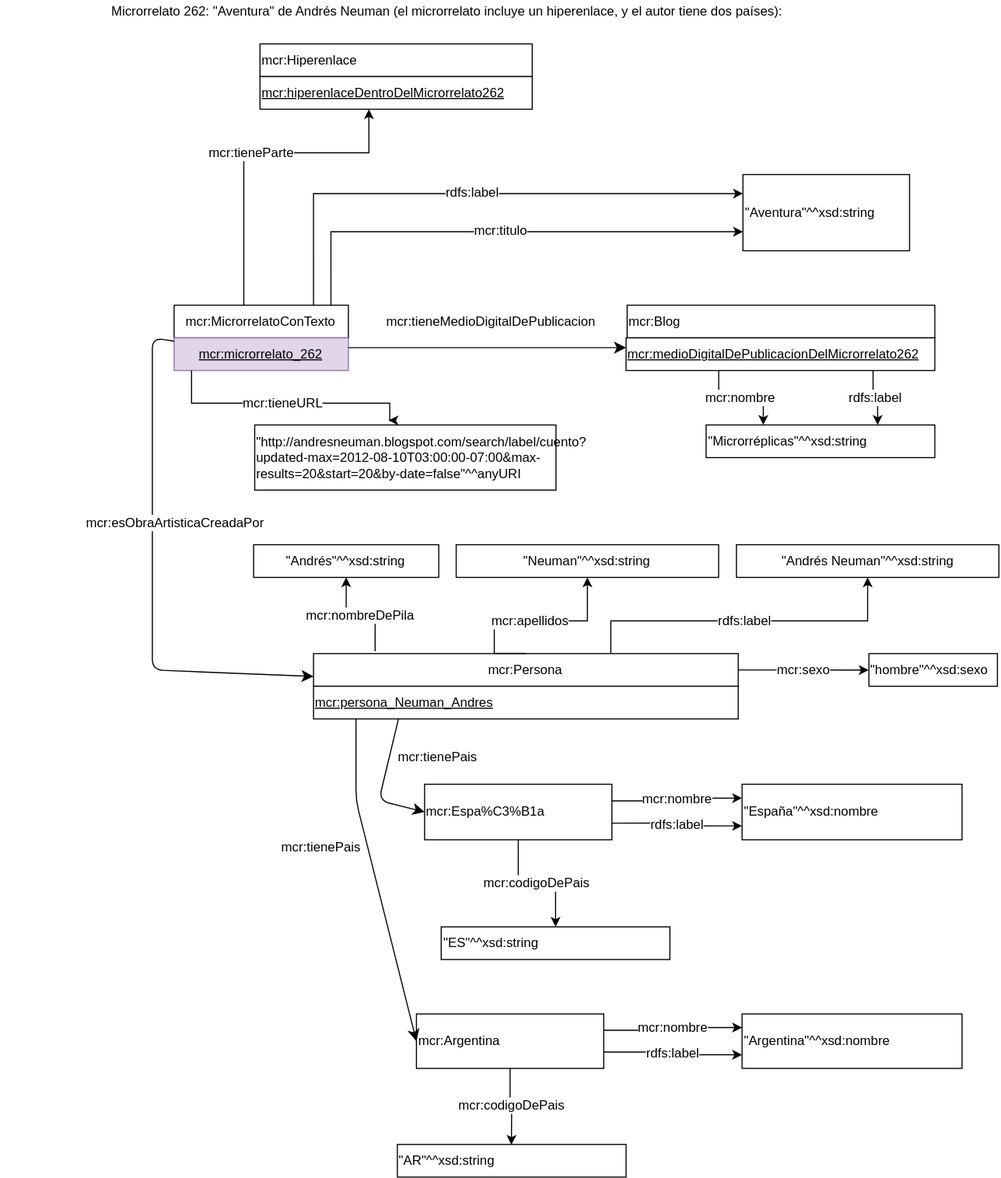
This is microrrelato_262.svg from marianofl1971/microrrelatos, a draw.io export, as it was before one commit. Source tidied: cells renumbered, new cells last; positions are measured from the earlier drawing's top-left corner, leaving out a move shared by most shapes. Source of this version:
```xml
<mxGraphModel>
  <root>
    <mxCell id="0" />
    <mxCell id="1" parent="0" />
    <mxCell id="2" value="mcr:MicrorrelatoConTexto" style="rounded=0;whiteSpace=wrap;html=1;snapToPoint=1;points=[[0.1,0],[0.2,0],[0.3,0],[0.4,0],[0.5,0],[0.6,0],[0.7,0],[0.8,0],[0.9,0],[0,0.1],[0,0.3],[0,0.5],[0,0.7],[0,0.9],[0.1,1],[0.2,1],[0.3,1],[0.4,1],[0.5,1],[0.6,1],[0.7,1],[0.8,1],[0.9,1],[1,0.1],[1,0.3],[1,0.5],[1,0.7],[1,0.9]];fontSize=12;" parent="1" vertex="1">
      <mxGeometry x="159.3" y="279.8" width="160" height="30" as="geometry" />
    </mxCell>
    <mxCell id="3" value="mcr:microrrelato_262" style="rounded=0;whiteSpace=wrap;html=1;snapToPoint=1;points=[[0.1,0],[0.2,0],[0.3,0],[0.4,0],[0.5,0],[0.6,0],[0.7,0],[0.8,0],[0.9,0],[0,0.1],[0,0.3],[0,0.5],[0,0.7],[0,0.9],[0.1,1],[0.2,1],[0.3,1],[0.4,1],[0.5,1],[0.6,1],[0.7,1],[0.8,1],[0.9,1],[1,0.1],[1,0.3],[1,0.5],[1,0.7],[1,0.9]];fontStyle=4;fontSize=12;fillColor=#e1d5e7;strokeColor=#9673a6;" parent="1" vertex="1">
      <mxGeometry x="159.3" y="309.8" width="160" height="30" as="geometry" />
    </mxCell>
    <mxCell id="4" value="mcr:Persona" style="rounded=0;whiteSpace=wrap;html=1;snapToPoint=1;points=[[0.1,0],[0.2,0],[0.3,0],[0.4,0],[0.5,0],[0.6,0],[0.7,0],[0.8,0],[0.9,0],[0,0.1],[0,0.3],[0,0.5],[0,0.7],[0,0.9],[0.1,1],[0.2,1],[0.3,1],[0.4,1],[0.5,1],[0.6,1],[0.7,1],[0.8,1],[0.9,1],[1,0.1],[1,0.3],[1,0.5],[1,0.7],[1,0.9]];fontSize=12;" parent="1" vertex="1">
      <mxGeometry x="287.3" y="599.8" width="390" height="30" as="geometry" />
    </mxCell>
    <mxCell id="5" value="mcr:persona_Neuman_Andres" style="rounded=0;whiteSpace=wrap;html=1;snapToPoint=1;points=[[0.1,0],[0.2,0],[0.3,0],[0.4,0],[0.5,0],[0.6,0],[0.7,0],[0.8,0],[0.9,0],[0,0.1],[0,0.3],[0,0.5],[0,0.7],[0,0.9],[0.1,1],[0.2,1],[0.3,1],[0.4,1],[0.5,1],[0.6,1],[0.7,1],[0.8,1],[0.9,1],[1,0.1],[1,0.3],[1,0.5],[1,0.7],[1,0.9]];fontStyle=4;fontSize=12;align=left;" parent="1" vertex="1">
      <mxGeometry x="287.3" y="629.8" width="390" height="30" as="geometry" />
    </mxCell>
    <mxCell id="6" style="endArrow=classic;html=1;exitX=0;exitY=0.1;exitDx=0;exitDy=0;entryX=0;entryY=0.7;entryDx=0;entryDy=0;endSize=8;fontSize=12;" parent="1" edge="1" source="3" target="4">
      <mxGeometry relative="1" as="geometry">
        <Array as="points">
          <mxPoint x="139.3" y="309.8" />
          <mxPoint x="139.3" y="614.8" />
        </Array>
      </mxGeometry>
    </mxCell>
    <mxCell id="7" value="mcr:esObraArtisticaCreadaPor" style="text;html=1;align=center;verticalAlign=middle;labelBackgroundColor=#ffffff;fontSize=12;" parent="6" vertex="1">
      <mxGeometry x="-0.13" relative="1" as="geometry">
        <mxPoint x="20" y="-17.1" as="offset" />
      </mxGeometry>
    </mxCell>
    <mxCell id="8" value="&quot;Andrés&quot;^^xsd:string" style="rounded=0;whiteSpace=wrap;html=1;snapToPoint=1;fontSize=12;" parent="1" vertex="1">
      <mxGeometry x="232.3" y="499.8" width="170" height="30" as="geometry" />
    </mxCell>
    <mxCell id="9" value="&quot;Neuman&quot;^^xsd:string" style="rounded=0;whiteSpace=wrap;html=1;snapToPoint=1;fontSize=12;" parent="1" vertex="1">
      <mxGeometry x="418.3" y="499.8" width="241" height="30" as="geometry" />
    </mxCell>
    <mxCell id="10" value="mcr:apellidos" style="edgeStyle=orthogonalEdgeStyle;rounded=0;jettySize=auto;html=1;fontSize=12;entryX=0.5;entryY=1;entryDx=0;entryDy=0;exitX=0.5;exitY=0;exitDx=0;exitDy=0;" parent="1" edge="1" source="4" target="9">
      <mxGeometry relative="1" as="geometry">
        <Array as="points">
          <mxPoint x="453.3" y="569.8" />
          <mxPoint x="539.3" y="569.8" />
        </Array>
      </mxGeometry>
    </mxCell>
    <mxCell id="11" value="mcr:&lt;span&gt;Blog&lt;/span&gt;" style="rounded=0;whiteSpace=wrap;html=1;fontSize=12;align=left;" parent="1" vertex="1">
      <mxGeometry x="575.3" y="279.8" width="282.5" height="30" as="geometry" />
    </mxCell>
    <mxCell id="12" style="endArrow=classic;html=1;exitX=1;exitY=0.3;exitDx=0;exitDy=0;entryX=0;entryY=0.3;entryDx=0;entryDy=0;endSize=8;fontSize=12;" parent="1" edge="1" source="3" target="16">
      <mxGeometry relative="1" as="geometry" />
    </mxCell>
    <mxCell id="13" value="mcr:tieneMedioDigitalDePublicacion" style="text;html=1;align=center;verticalAlign=middle;labelBackgroundColor=#ffffff;fontSize=12;" parent="12" vertex="1">
      <mxGeometry x="-0.13" relative="1" as="geometry">
        <mxPoint x="19.6" y="-24" as="offset" />
      </mxGeometry>
    </mxCell>
    <mxCell id="14" value="&quot;hombre&quot;^^xsd:sexo" style="rounded=0;whiteSpace=wrap;html=1;snapToPoint=1;fontSize=12;align=left;" parent="1" vertex="1">
      <mxGeometry x="797.3" y="599.8" width="118" height="30" as="geometry" />
    </mxCell>
    <mxCell id="15" value="mcr:sexo" style="edgeStyle=orthogonalEdgeStyle;rounded=0;jettySize=auto;html=1;exitX=1;exitY=0.5;exitDx=0;exitDy=0;fontSize=12;" parent="1" edge="1" source="4" target="14">
      <mxGeometry relative="1" as="geometry" />
    </mxCell>
    <mxCell id="16" value="&lt;u style=&quot;font-size: 12px&quot;&gt;mcr:medioDigitalDePublicacionDelMicrorrelato262&lt;/u&gt;" style="rounded=0;whiteSpace=wrap;html=1;snapToPoint=1;points=[[0.1,0],[0.2,0],[0.3,0],[0.4,0],[0.5,0],[0.6,0],[0.7,0],[0.8,0],[0.9,0],[0,0.1],[0,0.3],[0,0.5],[0,0.7],[0,0.9],[0.1,1],[0.2,1],[0.3,1],[0.4,1],[0.5,1],[0.6,1],[0.7,1],[0.8,1],[0.9,1],[1,0.1],[1,0.3],[1,0.5],[1,0.7],[1,0.9]];fontSize=12;align=left;" parent="1" vertex="1">
      <mxGeometry x="574.3" y="309.8" width="283.5" height="30" as="geometry" />
    </mxCell>
    <mxCell id="17" value="&quot;Microrréplicas&quot;^^xsd:string" style="rounded=0;whiteSpace=wrap;html=1;snapToPoint=1;fontSize=12;align=left;" parent="1" vertex="1">
      <mxGeometry x="647.8" y="389.8" width="210" height="30" as="geometry" />
    </mxCell>
    <mxCell id="18" value="rdfs:label" style="edgeStyle=orthogonalEdgeStyle;rounded=0;jettySize=auto;html=1;fontSize=12;exitX=0.8;exitY=1;exitDx=0;exitDy=0;entryX=0.75;entryY=0;entryDx=0;entryDy=0;" parent="1" edge="1" source="16" target="17">
      <mxGeometry relative="1" as="geometry" />
    </mxCell>
    <mxCell id="19" value="&quot;&lt;a href=&quot;https://lamicrobiblioteca.blogspot.com/&quot; target=&quot;_blank&quot;&gt;http://andresneuman.blogspot.com/search/label/cuento?updated-max=2012-08-10T03:00:00-07:00&amp;amp;max-results=20&amp;amp;start=20&amp;amp;by-date=false&lt;/a&gt;&quot;^^anyURI" style="rounded=0;whiteSpace=wrap;html=1;snapToPoint=1;fontSize=12;align=left;fontStyle=0;" parent="1" vertex="1">
      <mxGeometry x="233.3" y="389.8" width="276.6" height="59.8" as="geometry" />
    </mxCell>
    <mxCell id="20" value="mcr:tieneURL" style="edgeStyle=orthogonalEdgeStyle;rounded=0;jettySize=auto;html=1;exitX=0.1;exitY=1;exitDx=0;exitDy=0;fontSize=12;entryX=0.444;entryY=-0.071;entryDx=0;entryDy=0;entryPerimeter=0;" parent="1" edge="1" source="3" target="19">
      <mxGeometry relative="1" as="geometry">
        <Array as="points">
          <mxPoint x="175.3" y="369.8" />
          <mxPoint x="357.3" y="369.8" />
        </Array>
      </mxGeometry>
    </mxCell>
    <mxCell id="21" value="mcr:Espa%C3%B1a" style="rounded=0;whiteSpace=wrap;html=1;snapToPoint=1;points=[[0.1,0],[0.2,0],[0.3,0],[0.4,0],[0.5,0],[0.6,0],[0.7,0],[0.8,0],[0.9,0],[0,0.1],[0,0.3],[0,0.5],[0,0.7],[0,0.9],[0.1,1],[0.2,1],[0.3,1],[0.4,1],[0.5,1],[0.6,1],[0.7,1],[0.8,1],[0.9,1],[1,0.1],[1,0.3],[1,0.5],[1,0.7],[1,0.9]];fontSize=12;align=left;" parent="1" vertex="1">
      <mxGeometry x="389.3" y="719.8" width="172" height="51" as="geometry" />
    </mxCell>
    <mxCell id="22" style="endArrow=classic;html=1;entryX=0;entryY=0.5;entryDx=0;entryDy=0;endSize=8;fontSize=12;exitX=0.2;exitY=1;exitDx=0;exitDy=0;" parent="1" edge="1" source="5" target="21">
      <mxGeometry relative="1" as="geometry">
        <Array as="points">
          <mxPoint x="347.3" y="734.8" />
        </Array>
      </mxGeometry>
    </mxCell>
    <mxCell id="23" value="mcr:tienePais" style="text;html=1;align=center;verticalAlign=middle;labelBackgroundColor=#ffffff;fontSize=12;" parent="22" vertex="1">
      <mxGeometry x="-0.13" relative="1" as="geometry">
        <mxPoint x="47.3" y="-17.2" as="offset" />
      </mxGeometry>
    </mxCell>
    <mxCell id="24" value="&quot;España&quot;^^xsd:nombre" style="rounded=0;whiteSpace=wrap;html=1;snapToPoint=1;fontSize=12;align=left;" parent="1" vertex="1">
      <mxGeometry x="680.8" y="719.8" width="202" height="51" as="geometry" />
    </mxCell>
    <mxCell id="25" value="mcr:nombre" style="edgeStyle=orthogonalEdgeStyle;rounded=0;jettySize=auto;html=1;exitX=1;exitY=0.3;exitDx=0;exitDy=0;fontSize=12;entryX=0;entryY=0.25;entryDx=0;entryDy=0;" parent="1" edge="1" source="21" target="24">
      <mxGeometry relative="1" as="geometry" />
    </mxCell>
    <mxCell id="26" value="mcr:Hiperenlace" style="rounded=0;whiteSpace=wrap;html=1;fontSize=12;align=left;" parent="1" vertex="1">
      <mxGeometry x="238.2" y="39.8" width="250" height="30" as="geometry" />
    </mxCell>
    <mxCell id="27" value="mcr:hiperenlaceDentroDelMicrorrelato262" style="rounded=0;whiteSpace=wrap;html=1;snapToPoint=1;points=[[0.1,0],[0.2,0],[0.3,0],[0.4,0],[0.5,0],[0.6,0],[0.7,0],[0.8,0],[0.9,0],[0,0.1],[0,0.3],[0,0.5],[0,0.7],[0,0.9],[0.1,1],[0.2,1],[0.3,1],[0.4,1],[0.5,1],[0.6,1],[0.7,1],[0.8,1],[0.9,1],[1,0.1],[1,0.3],[1,0.5],[1,0.7],[1,0.9]];fontSize=12;align=left;fontStyle=4;" parent="1" vertex="1">
      <mxGeometry x="238.2" y="69.8" width="250" height="30" as="geometry" />
    </mxCell>
    <mxCell id="28" value="&quot;Aventura&quot;^^xsd:string" style="rounded=0;whiteSpace=wrap;html=1;snapToPoint=1;fontSize=12;align=left;" parent="1" vertex="1">
      <mxGeometry x="681.6" y="159.8" width="153" height="70" as="geometry" />
    </mxCell>
    <mxCell id="29" value="mcr:titulo" style="edgeStyle=orthogonalEdgeStyle;rounded=0;jettySize=auto;html=1;exitX=0.9;exitY=0;exitDx=0;exitDy=0;fontSize=12;entryX=0;entryY=0.75;entryDx=0;entryDy=0;" parent="1" edge="1" source="2" target="28">
      <mxGeometry relative="1" as="geometry" />
    </mxCell>
    <mxCell id="30" value="mcr:tieneParte" style="edgeStyle=orthogonalEdgeStyle;rounded=0;jettySize=auto;html=1;exitX=0.4;exitY=0;exitDx=0;exitDy=0;fontSize=12;entryX=0.4;entryY=1;entryDx=0;entryDy=0;" parent="1" edge="1" source="2" target="27">
      <mxGeometry relative="1" as="geometry">
        <Array as="points">
          <mxPoint x="223.6" y="139.8" />
          <mxPoint x="338.6" y="139.8" />
        </Array>
      </mxGeometry>
    </mxCell>
    <mxCell id="31" value="mcr:nombreDePila" style="edgeStyle=orthogonalEdgeStyle;rounded=0;jettySize=auto;html=1;exitX=0.145;exitY=-0.071;exitDx=0;exitDy=0;fontSize=12;exitPerimeter=0;entryX=0.5;entryY=1;entryDx=0;entryDy=0;" parent="1" edge="1" source="4" target="8">
      <mxGeometry relative="1" as="geometry" />
    </mxCell>
    <mxCell id="32" value="Microrrelato 262: &quot;Aventura&quot; de Andrés Neuman (el microrrelato incluye un hiperenlace, y el autor tiene dos países):" style="text;html=1;strokeColor=none;fillColor=none;align=center;verticalAlign=middle;whiteSpace=wrap;rounded=0;fontSize=12;" parent="1" vertex="1">
      <mxGeometry x="-0.5" width="820" height="20" as="geometry" />
    </mxCell>
    <mxCell id="33" value="mcr:Argentina" style="rounded=0;whiteSpace=wrap;html=1;snapToPoint=1;points=[[0.1,0],[0.2,0],[0.3,0],[0.4,0],[0.5,0],[0.6,0],[0.7,0],[0.8,0],[0.9,0],[0,0.1],[0,0.3],[0,0.5],[0,0.7],[0,0.9],[0.1,1],[0.2,1],[0.3,1],[0.4,1],[0.5,1],[0.6,1],[0.7,1],[0.8,1],[0.9,1],[1,0.1],[1,0.3],[1,0.5],[1,0.7],[1,0.9]];fontSize=12;align=left;" parent="1" vertex="1">
      <mxGeometry x="381.8" y="930.8" width="172" height="50" as="geometry" />
    </mxCell>
    <mxCell id="34" value="&quot;Argentina&quot;^^xsd:nombre" style="rounded=0;whiteSpace=wrap;html=1;snapToPoint=1;fontSize=12;align=left;" parent="1" vertex="1">
      <mxGeometry x="680.8" y="930.8" width="202" height="50" as="geometry" />
    </mxCell>
    <mxCell id="35" value="mcr:nombre" style="edgeStyle=orthogonalEdgeStyle;rounded=0;jettySize=auto;html=1;exitX=1;exitY=0.3;exitDx=0;exitDy=0;fontSize=12;entryX=0;entryY=0.25;entryDx=0;entryDy=0;" parent="1" edge="1" source="33" target="34">
      <mxGeometry relative="1" as="geometry" />
    </mxCell>
    <mxCell id="36" style="endArrow=classic;html=1;exitX=0.1;exitY=1;exitDx=0;exitDy=0;entryX=0;entryY=0.5;entryDx=0;entryDy=0;endSize=8;fontSize=12;" parent="1" edge="1" source="5" target="33">
      <mxGeometry relative="1" as="geometry">
        <Array as="points">
          <mxPoint x="326.3" y="734.8" />
        </Array>
      </mxGeometry>
    </mxCell>
    <mxCell id="37" value="mcr:tienePais" style="text;html=1;align=center;verticalAlign=middle;labelBackgroundColor=#ffffff;fontSize=12;" parent="36" vertex="1">
      <mxGeometry x="-0.13" relative="1" as="geometry">
        <mxPoint x="-46.6" y="-12.9" as="offset" />
      </mxGeometry>
    </mxCell>
    <mxCell id="38" value="&quot;AR&quot;^^xsd:string" style="rounded=0;whiteSpace=wrap;html=1;snapToPoint=1;fontSize=12;align=left;" parent="1" vertex="1">
      <mxGeometry x="364.3" y="1050.7" width="210" height="30" as="geometry" />
    </mxCell>
    <mxCell id="39" value="mcr:codigoDePais" style="edgeStyle=orthogonalEdgeStyle;rounded=0;jettySize=auto;html=1;fontSize=12;exitX=0.5;exitY=1;exitDx=0;exitDy=0;" parent="1" edge="1" source="33" target="38">
      <mxGeometry relative="1" as="geometry" />
    </mxCell>
    <mxCell id="40" value="&quot;ES&quot;^^xsd:string" style="rounded=0;whiteSpace=wrap;html=1;snapToPoint=1;fontSize=12;align=left;" parent="1" vertex="1">
      <mxGeometry x="404.6" y="850.8" width="210" height="30" as="geometry" />
    </mxCell>
    <mxCell id="41" value="mcr:codigoDePais" style="edgeStyle=orthogonalEdgeStyle;rounded=0;jettySize=auto;html=1;fontSize=12;exitX=0.5;exitY=1;exitDx=0;exitDy=0;entryX=0.5;entryY=0;entryDx=0;entryDy=0;" parent="1" edge="1" source="21" target="40">
      <mxGeometry relative="1" as="geometry" />
    </mxCell>
    <mxCell id="42" value="rdfs:label" style="edgeStyle=orthogonalEdgeStyle;rounded=0;jettySize=auto;html=1;exitX=0.8;exitY=0;exitDx=0;exitDy=0;fontSize=12;entryX=0;entryY=0.25;entryDx=0;entryDy=0;" parent="1" edge="1" source="2" target="28">
      <mxGeometry relative="1" as="geometry">
        <Array as="points">
          <mxPoint x="287.6" y="177.8" />
        </Array>
      </mxGeometry>
    </mxCell>
    <mxCell id="43" value="&quot;Andrés Neuman&quot;^^xsd:string" style="rounded=0;whiteSpace=wrap;html=1;snapToPoint=1;fontSize=12;" parent="1" vertex="1">
      <mxGeometry x="675.6" y="499.8" width="241" height="30" as="geometry" />
    </mxCell>
    <mxCell id="44" value="rdfs:label" style="edgeStyle=orthogonalEdgeStyle;rounded=0;jettySize=auto;html=1;fontSize=12;entryX=0.5;entryY=1;entryDx=0;entryDy=0;exitX=0.7;exitY=0;exitDx=0;exitDy=0;" parent="1" edge="1" source="4" target="43">
      <mxGeometry relative="1" as="geometry">
        <Array as="points">
          <mxPoint x="560.6" y="569.8" />
          <mxPoint x="796.6" y="569.8" />
        </Array>
      </mxGeometry>
    </mxCell>
    <mxCell id="45" value="rdfs:label" style="edgeStyle=orthogonalEdgeStyle;rounded=0;jettySize=auto;html=1;exitX=1;exitY=0.7;exitDx=0;exitDy=0;fontSize=12;entryX=0;entryY=0.75;entryDx=0;entryDy=0;" parent="1" edge="1" source="21" target="24">
      <mxGeometry relative="1" as="geometry" />
    </mxCell>
    <mxCell id="46" value="rdfs:label" style="edgeStyle=orthogonalEdgeStyle;rounded=0;jettySize=auto;html=1;exitX=1;exitY=0.7;exitDx=0;exitDy=0;fontSize=12;entryX=0;entryY=0.75;entryDx=0;entryDy=0;" parent="1" edge="1" source="33" target="34">
      <mxGeometry relative="1" as="geometry" />
    </mxCell>
    <mxCell id="47" value="mcr:nombre" style="edgeStyle=orthogonalEdgeStyle;rounded=0;jettySize=auto;html=1;fontSize=12;exitX=0.3;exitY=1;exitDx=0;exitDy=0;entryX=0.25;entryY=0;entryDx=0;entryDy=0;" parent="1" edge="1" source="16" target="17">
      <mxGeometry relative="1" as="geometry" />
    </mxCell>
  </root>
</mxGraphModel>
```
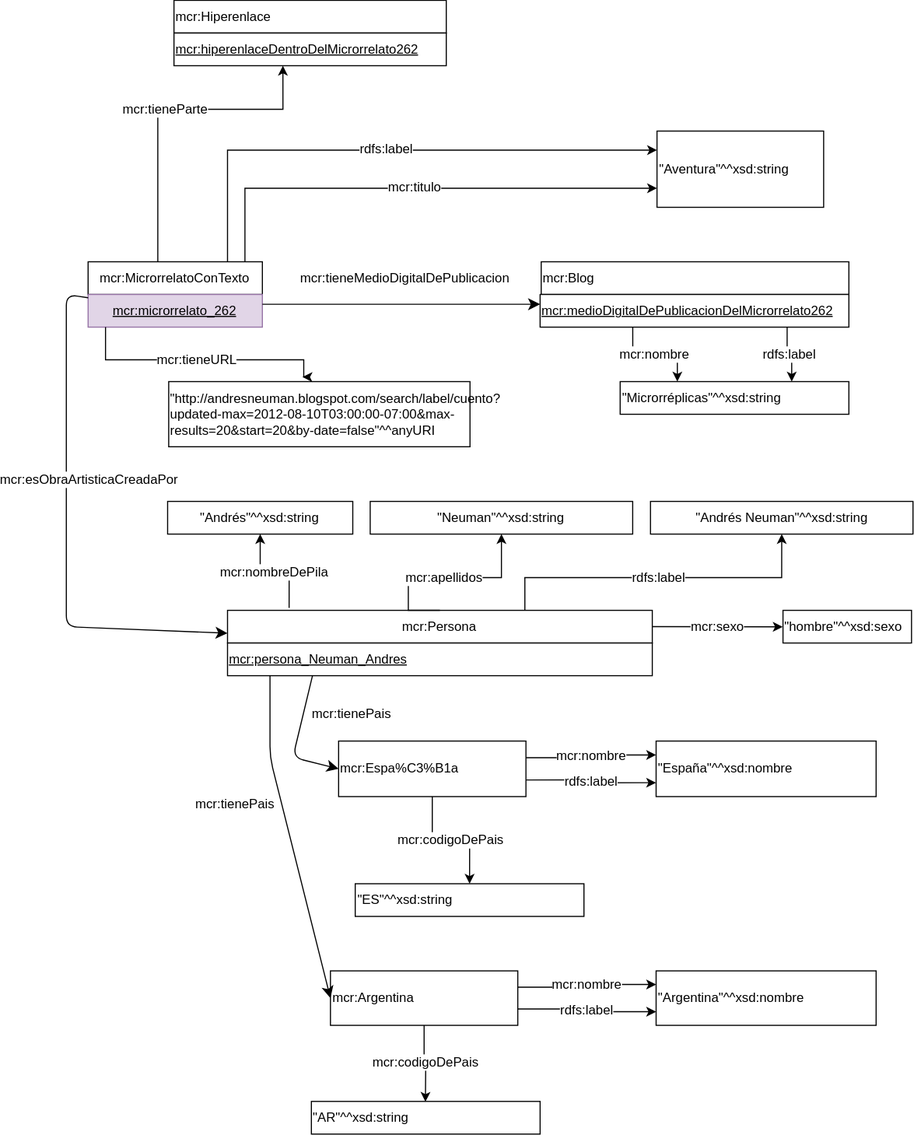
Above is the later version.

What changed in the source:
```diff
@@ -122,9 +122,6 @@
     <mxCell id="31" value="mcr:nombreDePila" style="edgeStyle=orthogonalEdgeStyle;rounded=0;jettySize=auto;html=1;exitX=0.145;exitY=-0.071;exitDx=0;exitDy=0;fontSize=12;exitPerimeter=0;entryX=0.5;entryY=1;entryDx=0;entryDy=0;" parent="1" edge="1" source="4" target="8">
       <mxGeometry relative="1" as="geometry" />
     </mxCell>
-    <mxCell id="32" value="Microrrelato 262: &quot;Aventura&quot; de Andrés Neuman (el microrrelato incluye un hiperenlace, y el autor tiene dos países):" style="text;html=1;strokeColor=none;fillColor=none;align=center;verticalAlign=middle;whiteSpace=wrap;rounded=0;fontSize=12;" parent="1" vertex="1">
-      <mxGeometry x="-0.5" width="820" height="20" as="geometry" />
-    </mxCell>
     <mxCell id="33" value="mcr:Argentina" style="rounded=0;whiteSpace=wrap;html=1;snapToPoint=1;points=[[0.1,0],[0.2,0],[0.3,0],[0.4,0],[0.5,0],[0.6,0],[0.7,0],[0.8,0],[0.9,0],[0,0.1],[0,0.3],[0,0.5],[0,0.7],[0,0.9],[0.1,1],[0.2,1],[0.3,1],[0.4,1],[0.5,1],[0.6,1],[0.7,1],[0.8,1],[0.9,1],[1,0.1],[1,0.3],[1,0.5],[1,0.7],[1,0.9]];fontSize=12;align=left;" parent="1" vertex="1">
       <mxGeometry x="381.8" y="930.8" width="172" height="50" as="geometry" />
     </mxCell>
```
